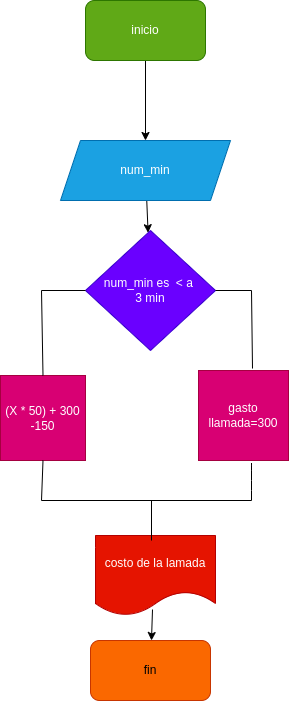
lizethcifuentes/llamada_telefonica keeps this draw.io diagram as diagrama.png. Above is the earlier version. Source tidied: cells renumbered, new cells last; positions are measured from the earlier drawing's top-left corner, leaving out a move shared by most shapes.
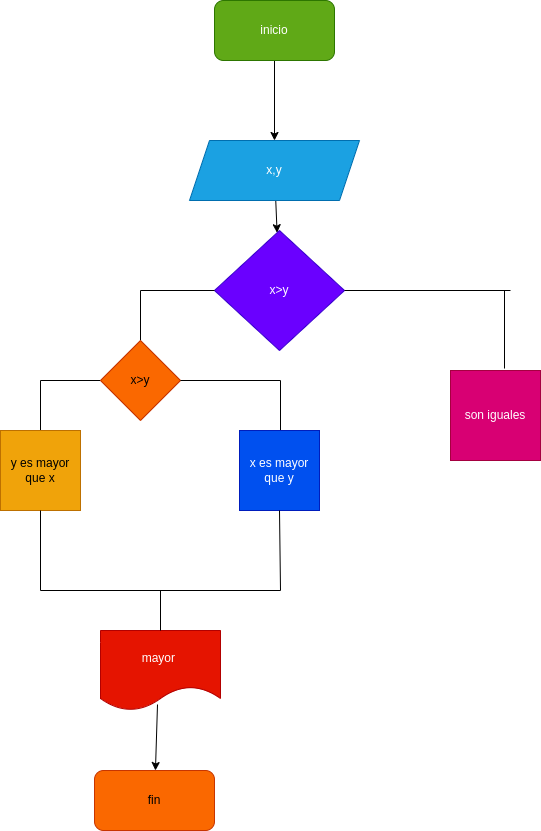
After the change.

What changed in the source:
```diff
@@ -11,7 +11,7 @@
     <mxCell id="4" style="edgeStyle=none;html=1;" parent="1" edge="1" source="5" target="7">
       <mxGeometry relative="1" as="geometry" />
     </mxCell>
-    <mxCell id="5" value="num_min" style="shape=parallelogram;perimeter=parallelogramPerimeter;whiteSpace=wrap;html=1;fixedSize=1;fillColor=#1ba1e2;fontColor=#ffffff;strokeColor=#006EAF;" parent="1" vertex="1">
+    <mxCell id="5" value="x,y" style="shape=parallelogram;perimeter=parallelogramPerimeter;whiteSpace=wrap;html=1;fixedSize=1;fillColor=#1ba1e2;fontColor=#ffffff;strokeColor=#006EAF;" parent="1" vertex="1">
       <mxGeometry x="60" y="140" width="170" height="60" as="geometry" />
     </mxCell>
     <mxCell id="6" style="edgeStyle=none;html=1;" parent="1" edge="1" target="7">
@@ -19,70 +19,92 @@
         <mxPoint x="146.5" y="290" as="sourcePoint" />
       </mxGeometry>
     </mxCell>
-    <mxCell id="7" value="num_min es&amp;nbsp; &amp;lt; a&amp;nbsp;&lt;br&gt;3 min" style="rhombus;whiteSpace=wrap;html=1;fillColor=#6a00ff;fontColor=#ffffff;strokeColor=#3700CC;" parent="1" vertex="1">
+    <mxCell id="7" value="x&amp;gt;y" style="rhombus;whiteSpace=wrap;html=1;fillColor=#6a00ff;fontColor=#ffffff;strokeColor=#3700CC;" parent="1" vertex="1">
       <mxGeometry x="85" y="230" width="130" height="120" as="geometry" />
     </mxCell>
-    <mxCell id="8" value="(X * 50) + 300 -150" style="whiteSpace=wrap;html=1;fillColor=#d80073;fontColor=#ffffff;strokeColor=#A50040;" parent="1" vertex="1">
-      <mxGeometry y="375" width="85" height="85" as="geometry" />
-    </mxCell>
-    <mxCell id="9" value="gasto llamada=300" style="whiteSpace=wrap;html=1;fillColor=#d80073;fontColor=#ffffff;strokeColor=#A50040;" parent="1" vertex="1">
-      <mxGeometry x="198" y="370" width="90" height="90" as="geometry" />
+    <mxCell id="9" value="son iguales" style="whiteSpace=wrap;html=1;fillColor=#d80073;fontColor=#ffffff;strokeColor=#A50040;" parent="1" vertex="1">
+      <mxGeometry x="321" y="370" width="90" height="90" as="geometry" />
     </mxCell>
     <mxCell id="10" style="edgeStyle=none;html=1;exitX=0.475;exitY=0.925;exitDx=0;exitDy=0;exitPerimeter=0;" parent="1" edge="1" source="11" target="12">
       <mxGeometry relative="1" as="geometry" />
     </mxCell>
-    <mxCell id="11" value="costo de la lamada" style="shape=document;whiteSpace=wrap;html=1;boundedLbl=1;fillColor=#e51400;fontColor=#ffffff;strokeColor=#B20000;" parent="1" vertex="1">
-      <mxGeometry x="95" y="535" width="120" height="80" as="geometry" />
+    <mxCell id="11" value="mayor&amp;nbsp;" style="shape=document;whiteSpace=wrap;html=1;boundedLbl=1;fillColor=#e51400;fontColor=#ffffff;strokeColor=#B20000;" parent="1" vertex="1">
+      <mxGeometry x="-29" y="630" width="120" height="80" as="geometry" />
     </mxCell>
     <mxCell id="12" value="fin" style="rounded=1;whiteSpace=wrap;html=1;fillColor=#fa6800;fontColor=#000000;strokeColor=#C73500;" parent="1" vertex="1">
-      <mxGeometry x="90" y="640" width="120" height="60" as="geometry" />
+      <mxGeometry x="-35" y="770" width="120" height="60" as="geometry" />
     </mxCell>
     <mxCell id="13" style="endArrow=none;html=1;entryX=1;entryY=0.5;entryDx=0;entryDy=0;" parent="1" edge="1" target="7">
       <mxGeometry relative="1" as="geometry">
-        <mxPoint x="251" y="290" as="sourcePoint" />
+        <mxPoint x="381" y="290" as="sourcePoint" />
       </mxGeometry>
     </mxCell>
     <mxCell id="14" style="endArrow=none;html=1;exitX=0.6;exitY=-0.022;exitDx=0;exitDy=0;exitPerimeter=0;" parent="1" edge="1" source="9">
       <mxGeometry relative="1" as="geometry">
-        <mxPoint x="251" y="290" as="targetPoint" />
+        <mxPoint x="375" y="290" as="targetPoint" />
       </mxGeometry>
     </mxCell>
     <mxCell id="15" style="endArrow=none;html=1;entryX=0;entryY=0.5;entryDx=0;entryDy=0;" parent="1" edge="1" target="7">
       <mxGeometry relative="1" as="geometry">
-        <mxPoint x="41" y="290" as="sourcePoint" />
+        <mxPoint x="11" y="290" as="sourcePoint" />
       </mxGeometry>
     </mxCell>
-    <mxCell id="16" style="endArrow=none;html=1;entryX=0.5;entryY=0;entryDx=0;entryDy=0;" parent="1" edge="1" target="8">
+    <mxCell id="16" style="endArrow=none;html=1;" parent="1" edge="1" target="21">
       <mxGeometry relative="1" as="geometry">
-        <mxPoint x="41" y="290" as="sourcePoint" />
+        <mxPoint x="11" y="290" as="sourcePoint" />
       </mxGeometry>
     </mxCell>
     <mxCell id="17" style="endArrow=none;html=1;" parent="1" edge="1">
       <mxGeometry relative="1" as="geometry">
-        <mxPoint x="41" y="500" as="sourcePoint" />
-        <mxPoint x="251" y="500" as="targetPoint" />
+        <mxPoint x="-89" y="590" as="sourcePoint" />
+        <mxPoint x="151" y="590" as="targetPoint" />
       </mxGeometry>
     </mxCell>
-    <mxCell id="18" style="endArrow=none;html=1;" parent="1" edge="1">
-      <mxGeometry relative="1" as="geometry">
-        <mxPoint x="251" y="500" as="sourcePoint" />
-        <mxPoint x="251" y="470" as="targetPoint" />
-        <Array as="points">
-          <mxPoint x="251" y="480" />
-          <mxPoint x="251" y="460" />
-        </Array>
-      </mxGeometry>
-    </mxCell>
-    <mxCell id="19" style="endArrow=none;html=1;entryX=0.5;entryY=1;entryDx=0;entryDy=0;" parent="1" edge="1" target="8">
+    <mxCell id="19" style="endArrow=none;html=1;entryX=0;entryY=0.5;entryDx=0;entryDy=0;" parent="1" edge="1" target="21">
       <mxGeometry relative="1" as="geometry">
-        <mxPoint x="41" y="500" as="sourcePoint" />
+        <mxPoint x="-89" y="380" as="sourcePoint" />
       </mxGeometry>
     </mxCell>
-    <mxCell id="20" style="endArrow=none;html=1;" parent="1" edge="1">
+    <mxCell id="20" style="endArrow=none;html=1;entryX=0.5;entryY=0;entryDx=0;entryDy=0;" parent="1" edge="1" target="11">
       <mxGeometry relative="1" as="geometry">
-        <mxPoint x="151" y="540" as="sourcePoint" />
-        <mxPoint x="151" y="500" as="targetPoint" />
+        <mxPoint x="31" y="590" as="sourcePoint" />
       </mxGeometry>
     </mxCell>
+    <mxCell id="21" value="x&amp;gt;y" style="rhombus;whiteSpace=wrap;html=1;fillColor=#fa6800;fontColor=#000000;strokeColor=#C73500;" parent="1" vertex="1">
+      <mxGeometry x="-29" y="340" width="80" height="80" as="geometry" />
+    </mxCell>
+    <mxCell id="22" style="endArrow=none;html=1;entryX=1;entryY=0.5;entryDx=0;entryDy=0;" parent="1" edge="1" target="21">
+      <mxGeometry relative="1" as="geometry">
+        <mxPoint x="151" y="380" as="sourcePoint" />
+      </mxGeometry>
+    </mxCell>
+    <mxCell id="23" style="endArrow=none;html=1;" parent="1" edge="1">
+      <mxGeometry relative="1" as="geometry">
+        <mxPoint x="151" y="450" as="sourcePoint" />
+        <mxPoint x="151" y="380" as="targetPoint" />
+      </mxGeometry>
+    </mxCell>
+    <mxCell id="24" style="endArrow=none;html=1;" parent="1" edge="1">
+      <mxGeometry relative="1" as="geometry">
+        <mxPoint x="-89" y="450" as="sourcePoint" />
+        <mxPoint x="-89" y="380" as="targetPoint" />
+      </mxGeometry>
+    </mxCell>
+    <mxCell id="25" value="x es mayor que y" style="whiteSpace=wrap;html=1;fillColor=#0050ef;fontColor=#ffffff;strokeColor=#001DBC;" parent="1" vertex="1">
+      <mxGeometry x="110" y="430" width="80" height="80" as="geometry" />
+    </mxCell>
+    <mxCell id="26" value="y es mayor que x" style="whiteSpace=wrap;html=1;fillColor=#f0a30a;fontColor=#000000;strokeColor=#BD7000;" parent="1" vertex="1">
+      <mxGeometry x="-129" y="430" width="80" height="80" as="geometry" />
+    </mxCell>
+    <mxCell id="27" style="endArrow=none;html=1;entryX=0.5;entryY=1;entryDx=0;entryDy=0;" parent="1" edge="1" target="25">
+      <mxGeometry relative="1" as="geometry">
+        <mxPoint x="151" y="590" as="sourcePoint" />
+      </mxGeometry>
+    </mxCell>
+    <mxCell id="28" style="endArrow=none;html=1;exitX=0.5;exitY=1;exitDx=0;exitDy=0;" parent="1" edge="1" source="26">
+      <mxGeometry relative="1" as="geometry">
+        <mxPoint x="-89" y="590" as="targetPoint" />
+      </mxGeometry>
+    </mxCell>
   </root>
 </mxGraphModel>
```
